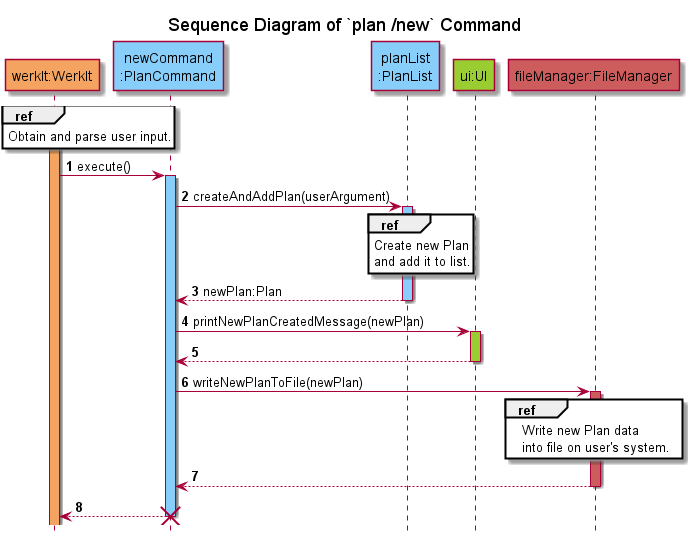
Above: docs/uml/sequenceDiagrams/plans/images/createPlan-Part1.png in nus-cs2113-AY2122S2/tp (PlantUML), before the change.
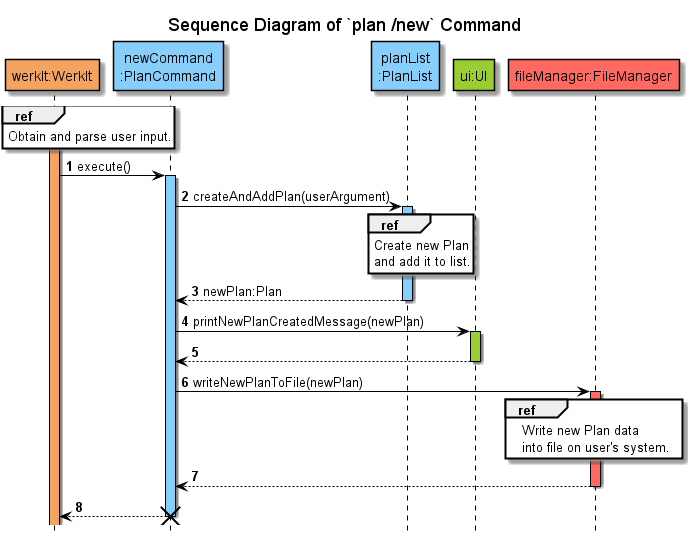
Above is the later version.

Commit message:
Add colours for create plan

The edit, as a diff of the source:
```diff
@@ -6,21 +6,21 @@
 title Sequence Diagram of `plan /new` Command
 hide footbox
 
-participant "werkIt:WerkIt" AS WerkIt #Sandybrown
-participant "newCommand\n:PlanCommand" AS newCommand #LightSkyBlue
-participant "planList\n:PlanList" AS PlanList #LightSkyBlue
-participant "ui:UI" AS UI2 #YellowGreen
-participant "fileManager:FileManager" as FileManager #IndianRed
+participant "werkIt:WerkIt" AS WerkIt COLOR_WERKIT
+participant "newCommand\n:PlanCommand" AS newCommand COLOR_LOGIC
+participant "planList\n:PlanList" AS PlanList COLOR_LOGIC
+participant "ui:UI" AS UI2 COLOR_UI
+participant "fileManager:FileManager" as FileManager COLOR_STORAGE
 
-activate WerkIt #Sandybrown
+activate WerkIt COLOR_WERKIT
 ref over WerkIt
 Obtain and parse user input.
 end
 
 WerkIt -> newCommand : execute()
-activate newCommand #LightSkyBlue
+activate newCommand COLOR_LOGIC
 newCommand -> PlanList : createAndAddPlan(userArgument)
-activate PlanList #LightSkyBlue
+activate PlanList COLOR_LOGIC
 ref over PlanList
 Create new Plan
 and add it to list.
@@ -29,12 +29,12 @@
 deactivate PlanList
 
 newCommand -> UI2 : printNewPlanCreatedMessage(newPlan)
-activate UI2 #YellowGreen
+activate UI2 COLOR_UI
 newCommand <-- UI2
 deactivate UI2
 
 newCommand -> FileManager : writeNewPlanToFile(newPlan)
-activate FileManager #IndianRed
+activate FileManager COLOR_STORAGE
 ref over FileManager
 Write new Plan data
 into file on user's system.
```
